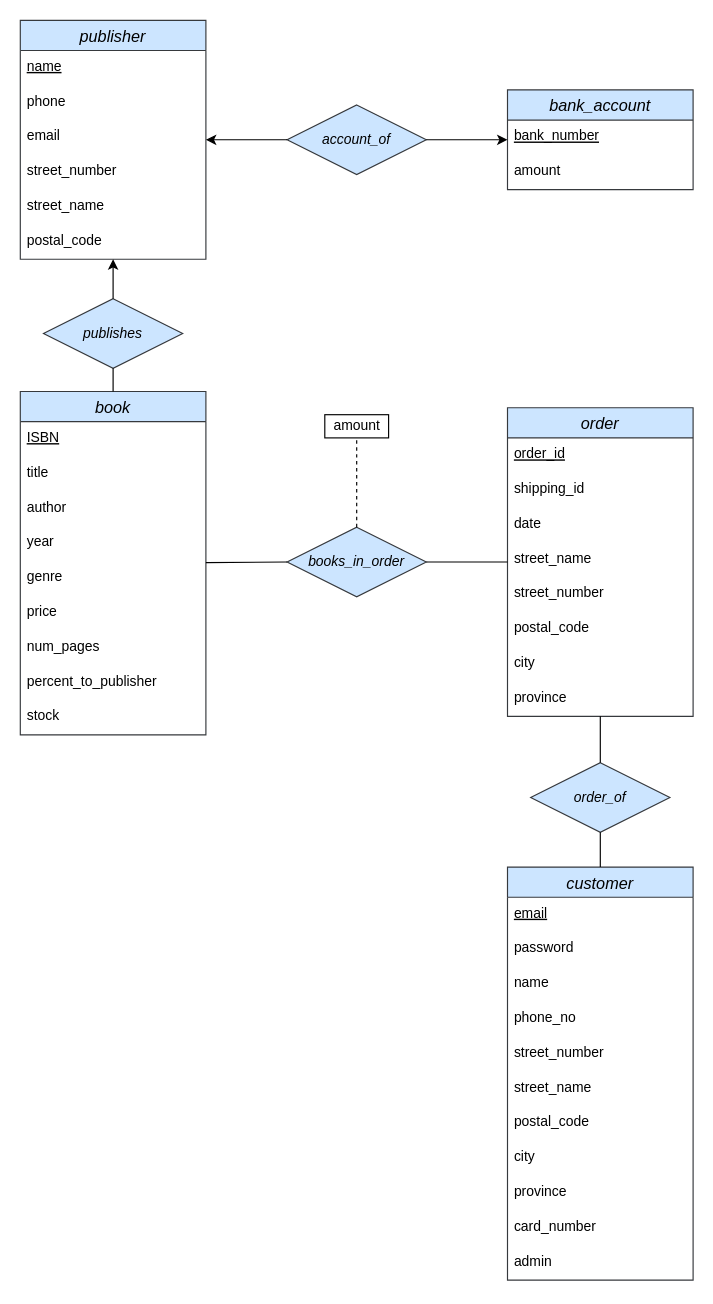
Above: report/Diagrams/ER-diagram-bookstore-comp3005-finalproject.drawio in COMP3005A-Project/bookstore (draw.io), before the change. Source tidied: cells renumbered, new cells numbered last; positions are measured from the earlier drawing's top-left corner, leaving out a move shared by most shapes. Both pictures are drawn from the tidied source at 116%, with x=0, y=0 at pixel (20, 20).
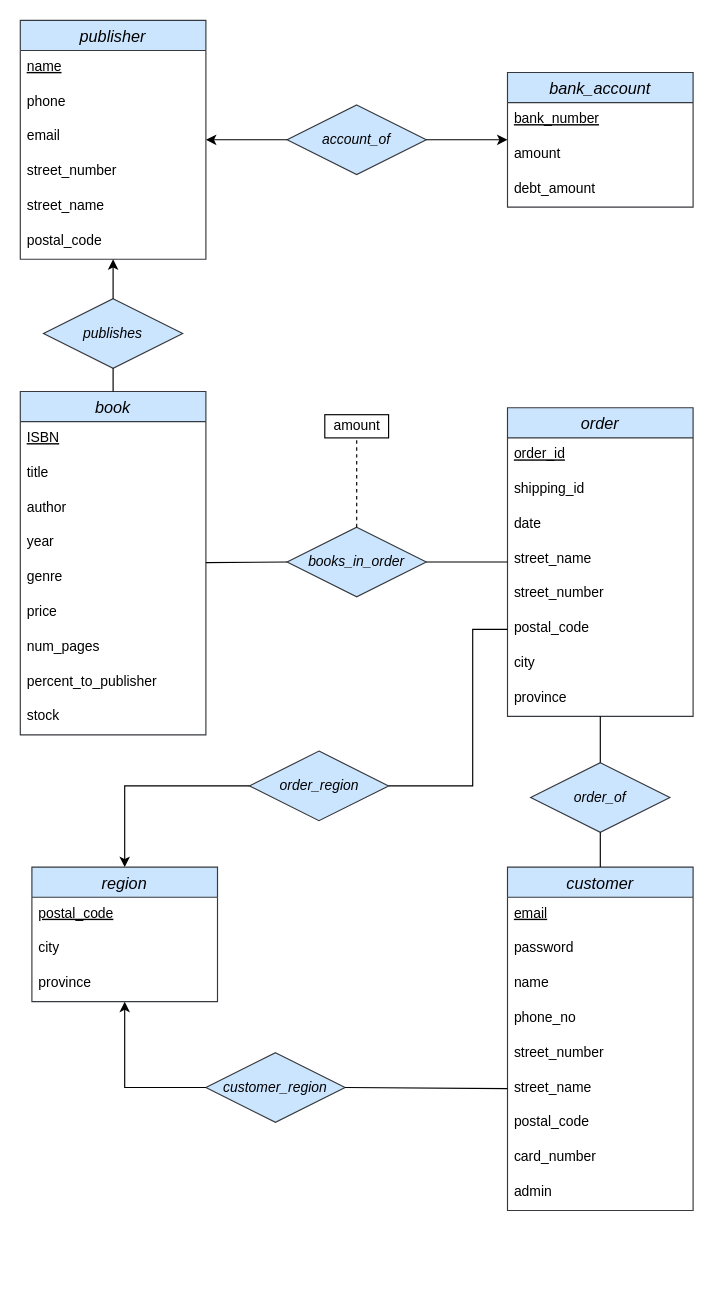
Above is the later version.

Commit message (it also covers changes not shown here):
Add updated diagrams after normalization

Unchanged cells that the change refers to:
```xml
<mxCell id="28" value="postal_code" style="text;strokeColor=none;fillColor=none;spacingLeft=4;spacingRight=4;overflow=hidden;points=[[0,0.5],[1,0.5]];portConstraint=eastwest;fontSize=12;" parent="22" vertex="1">
  <mxGeometry y="176" width="160" height="30" as="geometry" />
</mxCell>
<mxCell id="37" value="street_name" style="text;strokeColor=none;fillColor=none;spacingLeft=4;spacingRight=4;overflow=hidden;points=[[0,0.5],[1,0.5]];portConstraint=eastwest;fontSize=12;" parent="31" vertex="1">
  <mxGeometry y="176" width="160" height="30" as="geometry" />
</mxCell>
```

The edit, as a diff of the source:
```diff
@@
     <mxCell id="19" value="bank_account" style="swimlane;fontStyle=2;horizontal=1;startSize=26;align=center;fontSize=14;fillColor=#cce5ff;strokeColor=#36393d;" parent="1" vertex="1">
-      <mxGeometry x="420" y="60" width="160" height="86" as="geometry" />
+      <mxGeometry x="420" y="45" width="160" height="116" as="geometry" />
     </mxCell>
@@
+    <mxCell id="57" value="debt_amount" style="text;strokeColor=none;fillColor=none;spacingLeft=4;spacingRight=4;overflow=hidden;fontSize=12;" parent="19" vertex="1">
+      <mxGeometry y="86" width="160" height="30" as="geometry" />
+    </mxCell>
@@
     <mxCell id="31" value="customer" style="swimlane;fontStyle=2;horizontal=1;startSize=26;align=center;fontSize=14;fillColor=#cce5ff;strokeColor=#36393d;" parent="1" vertex="1">
-      <mxGeometry x="420" y="730" width="160" height="356" as="geometry" />
+      <mxGeometry x="420" y="730" width="160" height="296" as="geometry" />
     </mxCell>
@@
-    <mxCell id="39" value="city" style="text;strokeColor=none;fillColor=none;spacingLeft=4;spacingRight=4;overflow=hidden;fontSize=12;fontColor=#000000;" parent="31" vertex="1">
-      <mxGeometry y="236" width="160" height="30" as="geometry" />
-    </mxCell>
-    <mxCell id="40" value="province" style="text;strokeColor=none;fillColor=none;spacingLeft=4;spacingRight=4;overflow=hidden;points=[[0,0.5],[1,0.5]];portConstraint=eastwest;fontSize=12;fontColor=#000000;" parent="31" vertex="1">
-      <mxGeometry y="266" width="160" height="30" as="geometry" />
-    </mxCell>
     <mxCell id="41" value="card_number" style="text;strokeColor=none;fillColor=none;spacingLeft=4;spacingRight=4;overflow=hidden;fontSize=12;fontColor=#000000;" parent="31" vertex="1">
-      <mxGeometry y="296" width="160" height="30" as="geometry" />
+      <mxGeometry y="236" width="160" height="30" as="geometry" />
     </mxCell>
     <mxCell id="42" value="admin" style="text;strokeColor=none;fillColor=none;spacingLeft=4;spacingRight=4;overflow=hidden;fontSize=12;fontColor=#000000;" parent="31" vertex="1">
-      <mxGeometry y="326" width="160" height="30" as="geometry" />
+      <mxGeometry y="266" width="160" height="30" as="geometry" />
     </mxCell>
@@
+    <mxCell id="58" value="&lt;i&gt;customer_region&lt;/i&gt;" style="shape=rhombus;perimeter=rhombusPerimeter;whiteSpace=wrap;html=1;align=center;fillColor=#cce5ff;strokeColor=#36393d;" parent="1" vertex="1">
+      <mxGeometry x="160" y="890" width="120" height="60" as="geometry" />
+    </mxCell>
+    <mxCell id="59" style="endArrow=none;html=1;rounded=0;exitX=1;exitY=0.5;exitDx=0;exitDy=0;entryX=0;entryY=0.5;entryDx=0;entryDy=0;" parent="1" edge="1" source="58" target="37">
+      <mxGeometry relative="1" as="geometry" />
+    </mxCell>
+    <mxCell id="60" value="region" style="swimlane;fontStyle=2;horizontal=1;startSize=26;align=center;fontSize=14;fillColor=#cce5ff;strokeColor=#36393d;" parent="1" vertex="1">
+      <mxGeometry x="10" y="730" width="160" height="116" as="geometry" />
+    </mxCell>
+    <mxCell id="61" value="postal_code" style="text;strokeColor=none;fillColor=none;spacingLeft=4;spacingRight=4;overflow=hidden;fontSize=12;fontStyle=4;" parent="60" vertex="1">
+      <mxGeometry y="26" width="160" height="30" as="geometry" />
+    </mxCell>
+    <mxCell id="39" value="city" style="text;strokeColor=none;fillColor=none;spacingLeft=4;spacingRight=4;overflow=hidden;fontSize=12;fontColor=#000000;" parent="60" vertex="1">
+      <mxGeometry y="56" width="160" height="30" as="geometry" />
+    </mxCell>
+    <mxCell id="40" value="province" style="text;strokeColor=none;fillColor=none;spacingLeft=4;spacingRight=4;overflow=hidden;points=[[0,0.5],[1,0.5]];portConstraint=eastwest;fontSize=12;fontColor=#000000;" parent="60" vertex="1">
+      <mxGeometry y="86" width="160" height="30" as="geometry" />
+    </mxCell>
+    <mxCell id="62" style="endArrow=none;html=1;rounded=0;entryX=0;entryY=0.5;entryDx=0;entryDy=0;startArrow=classic;startFill=1;" parent="1" edge="1" source="40" target="58">
+      <mxGeometry relative="1" as="geometry">
+        <Array as="points">
+          <mxPoint x="90" y="920" />
+        </Array>
+      </mxGeometry>
+    </mxCell>
+    <mxCell id="63" value="&lt;i&gt;order_region&lt;/i&gt;" style="shape=rhombus;perimeter=rhombusPerimeter;whiteSpace=wrap;html=1;align=center;fillColor=#cce5ff;strokeColor=#36393d;" parent="1" vertex="1">
+      <mxGeometry x="197.5" y="630" width="120" height="60" as="geometry" />
+    </mxCell>
+    <mxCell id="64" style="endArrow=classic;html=1;rounded=0;exitX=0;exitY=0.5;exitDx=0;exitDy=0;entryX=0.5;entryY=0;entryDx=0;entryDy=0;endFill=1;" parent="1" edge="1" source="63" target="60">
+      <mxGeometry relative="1" as="geometry">
+        <Array as="points">
+          <mxPoint x="90" y="660" />
+        </Array>
+      </mxGeometry>
+    </mxCell>
+    <mxCell id="65" style="endArrow=none;html=1;rounded=0;entryX=1;entryY=0.5;entryDx=0;entryDy=0;exitX=0;exitY=0.5;exitDx=0;exitDy=0;" parent="1" edge="1" source="28" target="63">
+      <mxGeometry relative="1" as="geometry">
+        <Array as="points">
+          <mxPoint x="390" y="525" />
+          <mxPoint x="390" y="660" />
+        </Array>
+      </mxGeometry>
+    </mxCell>
```
